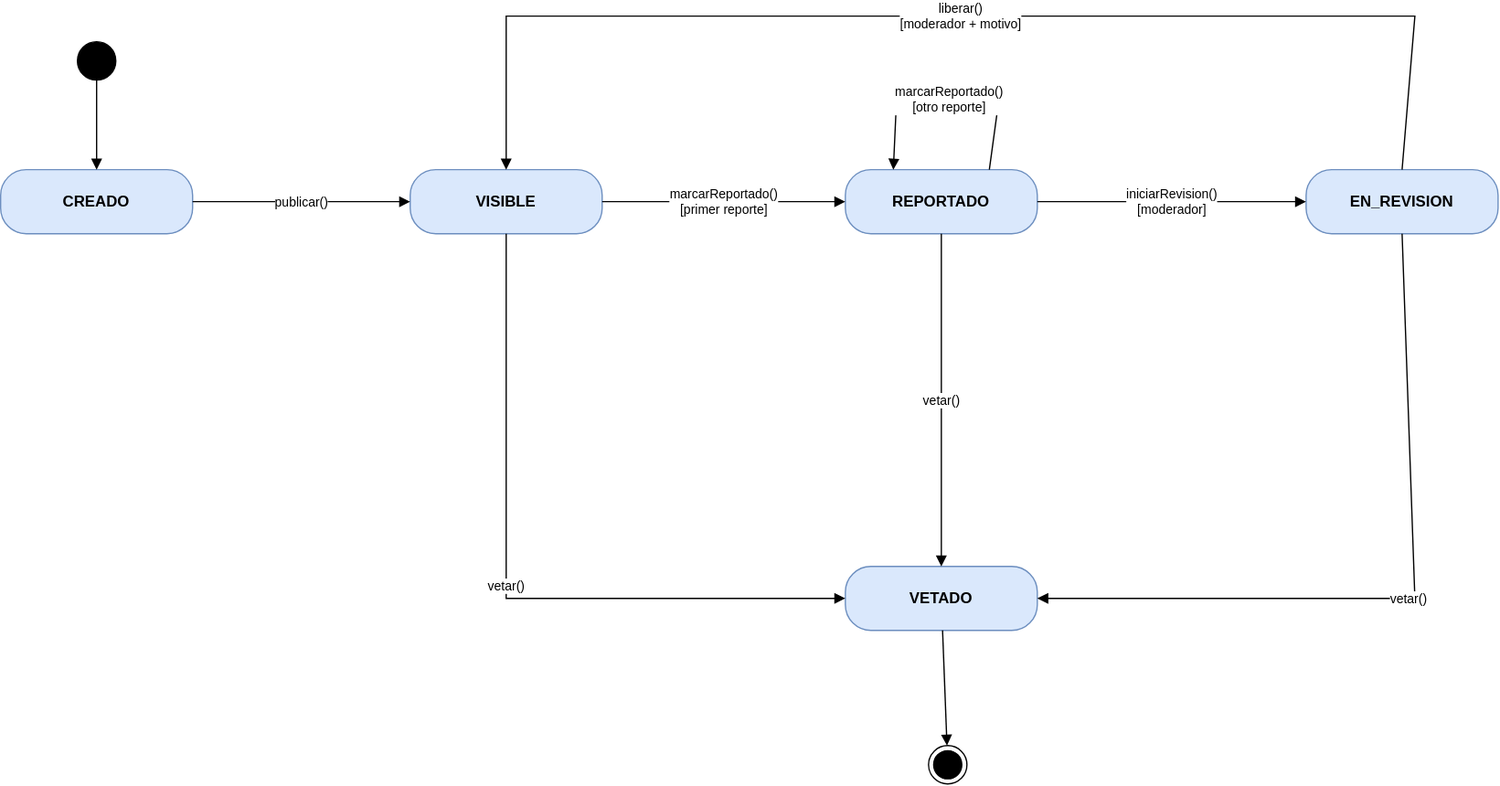
JaiderSoto07/kudos-backend keeps this draw.io diagram as documentacion/assets/diagramas/diagramas-estado-1.svg. Above is the earlier version. Source tidied: cells renumbered, new cells last; positions are measured from the earlier drawing's top-left corner, leaving out a move shared by most shapes.
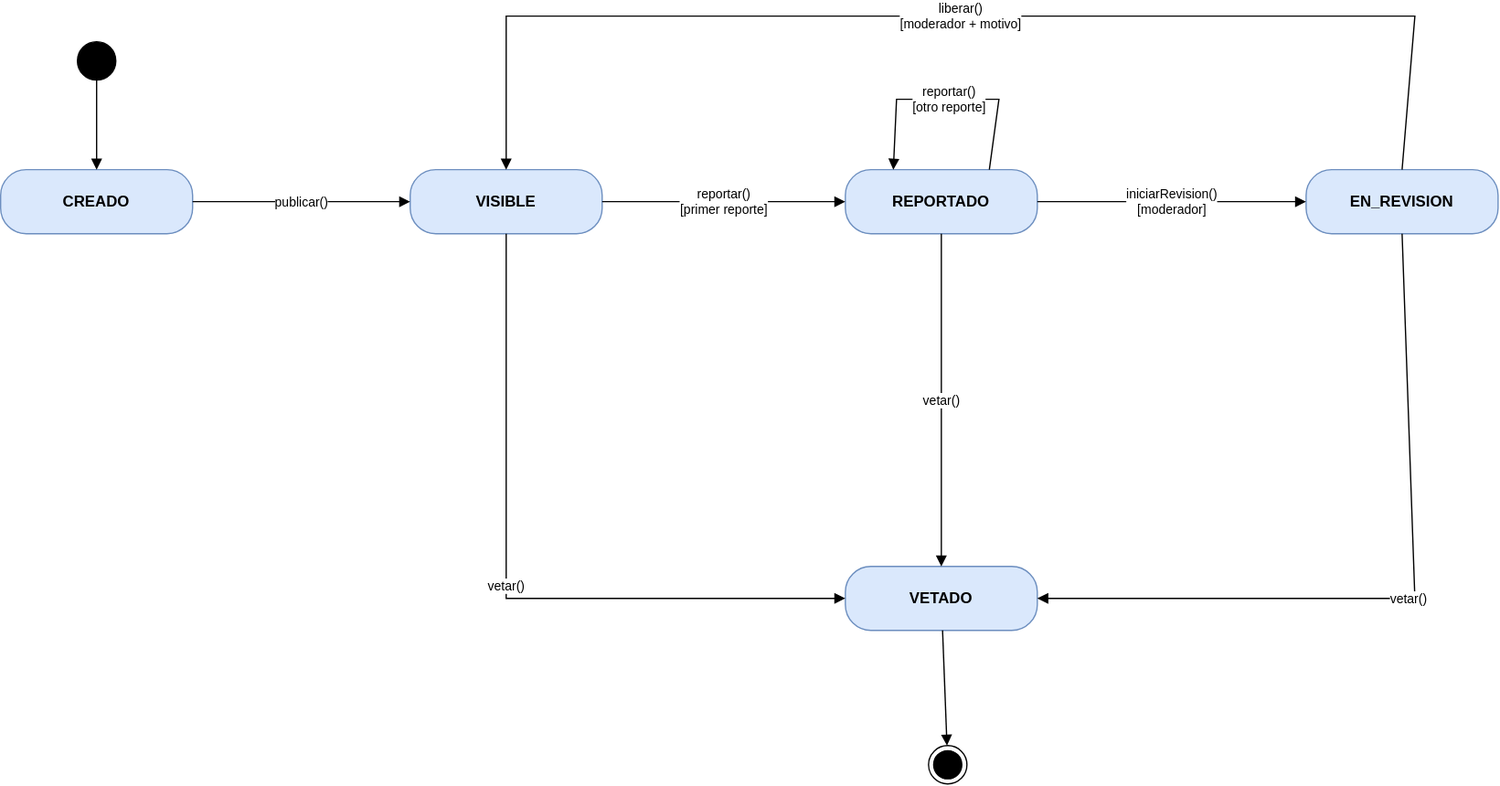
After the commit.

Change to the diagram source:
```diff
@@ -32,10 +32,10 @@
     <mxCell id="11" value="publicar()" style="endArrow=block;endFill=1;html=1;rounded=0;fontSize=10;labelBackgroundColor=#ffffff;edgeStyle=none;" parent="1" edge="1" source="2" target="3">
       <mxGeometry relative="1" as="geometry" />
     </mxCell>
-    <mxCell id="12" value="marcarReportado()&lt;br&gt;[primer reporte]" style="endArrow=block;endFill=1;html=1;rounded=0;fontSize=10;labelBackgroundColor=#ffffff;edgeStyle=none;" parent="1" edge="1" source="3" target="4">
+    <mxCell id="12" value="reportar()&lt;br&gt;[primer reporte]" style="endArrow=block;endFill=1;html=1;rounded=0;fontSize=10;labelBackgroundColor=#ffffff;edgeStyle=none;" parent="1" edge="1" source="3" target="4">
       <mxGeometry relative="1" as="geometry" />
     </mxCell>
-    <mxCell id="13" value="marcarReportado()&lt;br&gt;[otro reporte]" style="endArrow=block;endFill=1;html=1;rounded=0;fontSize=10;labelBackgroundColor=#ffffff;edgeStyle=none;exitX=0.75;exitY=0;entryX=0.25;entryY=0;" parent="1" edge="1" source="4" target="4">
+    <mxCell id="13" value="reportar()&lt;br&gt;[otro reporte]" style="endArrow=block;endFill=1;html=1;rounded=0;fontSize=10;labelBackgroundColor=#ffffff;edgeStyle=none;exitX=0.75;exitY=0;entryX=0.25;entryY=0;" parent="1" edge="1" source="4" target="4">
       <mxGeometry relative="1" as="geometry">
         <Array as="points">
           <mxPoint x="780" y="65" />
```
